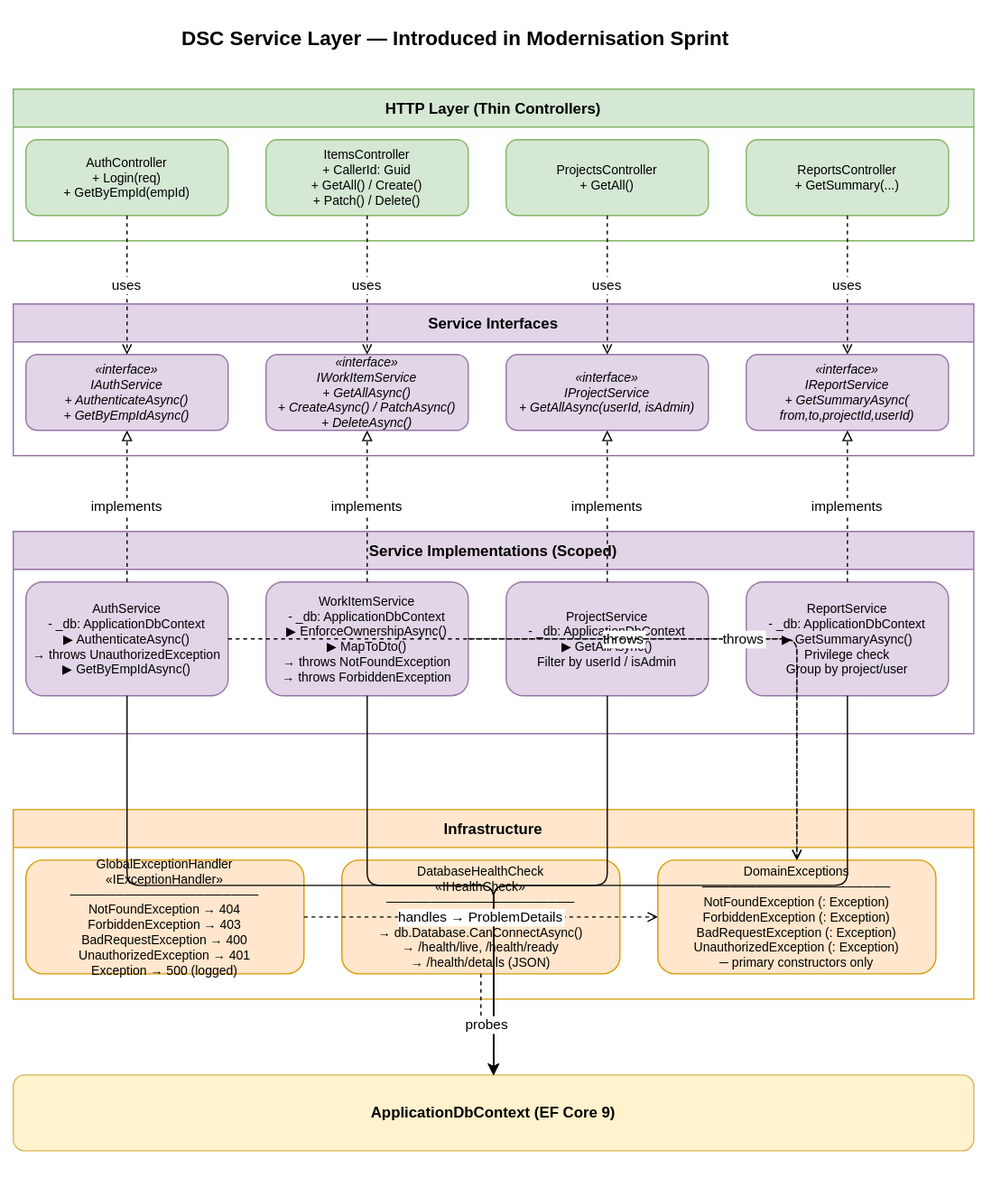
This is diagrams/drawio/svg/service-layer.svg from rloisell/DSC-modernization, a draw.io export, as it was before one commit. Source tidied: cells renumbered, new cells last; positions are measured from the earlier drawing's top-left corner, leaving out a move shared by most shapes. Source of this version:
```xml
<mxGraphModel>
  <root>
    <mxCell id="0" />
    <mxCell id="1" parent="0" />
    <mxCell id="2" value="DSC Service Layer — Introduced in Modernisation Sprint" style="text;html=1;strokeColor=none;fillColor=none;align=center;verticalAlign=middle;whiteSpace=wrap;rounded=0;fontStyle=1;fontSize=16;" parent="1" vertex="1">
      <mxGeometry width="700" height="40" as="geometry" />
    </mxCell>
    <mxCell id="3" value="HTTP Layer (Thin Controllers)" style="swimlane;startSize=30;fillColor=#d5e8d4;strokeColor=#82b366;fontStyle=1;fontSize=12;" parent="1" vertex="1">
      <mxGeometry y="60" width="760" height="120" as="geometry" />
    </mxCell>
    <mxCell id="4" value="AuthController&#10;+ Login(req)&#10;+ GetByEmpId(empId)" style="rounded=1;whiteSpace=wrap;html=1;fillColor=#d5e8d4;strokeColor=#82b366;fontSize=10;" parent="3" vertex="1">
      <mxGeometry x="10" y="40" width="160" height="60" as="geometry" />
    </mxCell>
    <mxCell id="5" value="ItemsController&#10;+ CallerId: Guid&#10;+ GetAll() / Create()&#10;+ Patch() / Delete()" style="rounded=1;whiteSpace=wrap;html=1;fillColor=#d5e8d4;strokeColor=#82b366;fontSize=10;" parent="3" vertex="1">
      <mxGeometry x="200" y="40" width="160" height="60" as="geometry" />
    </mxCell>
    <mxCell id="6" value="ProjectsController&#10;+ GetAll()" style="rounded=1;whiteSpace=wrap;html=1;fillColor=#d5e8d4;strokeColor=#82b366;fontSize=10;" parent="3" vertex="1">
      <mxGeometry x="390" y="40" width="160" height="60" as="geometry" />
    </mxCell>
    <mxCell id="7" value="ReportsController&#10;+ GetSummary(...)" style="rounded=1;whiteSpace=wrap;html=1;fillColor=#d5e8d4;strokeColor=#82b366;fontSize=10;" parent="3" vertex="1">
      <mxGeometry x="580" y="40" width="160" height="60" as="geometry" />
    </mxCell>
    <mxCell id="8" value="Service Interfaces" style="swimlane;startSize=30;fillColor=#e1d5e7;strokeColor=#9673a6;fontStyle=1;fontSize=12;" parent="1" vertex="1">
      <mxGeometry y="230" width="760" height="120" as="geometry" />
    </mxCell>
    <mxCell id="9" value="«interface»&#10;IAuthService&#10;+ AuthenticateAsync()&#10;+ GetByEmpIdAsync()" style="rounded=1;whiteSpace=wrap;html=1;fillColor=#e1d5e7;strokeColor=#9673a6;fontSize=10;fontStyle=2;" parent="8" vertex="1">
      <mxGeometry x="10" y="40" width="160" height="60" as="geometry" />
    </mxCell>
    <mxCell id="10" value="«interface»&#10;IWorkItemService&#10;+ GetAllAsync()&#10;+ CreateAsync() / PatchAsync()&#10;+ DeleteAsync()" style="rounded=1;whiteSpace=wrap;html=1;fillColor=#e1d5e7;strokeColor=#9673a6;fontSize=10;fontStyle=2;" parent="8" vertex="1">
      <mxGeometry x="200" y="40" width="160" height="60" as="geometry" />
    </mxCell>
    <mxCell id="11" value="«interface»&#10;IProjectService&#10;+ GetAllAsync(userId, isAdmin)" style="rounded=1;whiteSpace=wrap;html=1;fillColor=#e1d5e7;strokeColor=#9673a6;fontSize=10;fontStyle=2;" parent="8" vertex="1">
      <mxGeometry x="390" y="40" width="160" height="60" as="geometry" />
    </mxCell>
    <mxCell id="12" value="«interface»&#10;IReportService&#10;+ GetSummaryAsync(&#10;  from,to,projectId,userId)" style="rounded=1;whiteSpace=wrap;html=1;fillColor=#e1d5e7;strokeColor=#9673a6;fontSize=10;fontStyle=2;" parent="8" vertex="1">
      <mxGeometry x="580" y="40" width="160" height="60" as="geometry" />
    </mxCell>
    <mxCell id="13" value="Service Implementations (Scoped)" style="swimlane;startSize=30;fillColor=#e1d5e7;strokeColor=#9673a6;fontStyle=1;fontSize=12;" parent="1" vertex="1">
      <mxGeometry y="410" width="760" height="160" as="geometry" />
    </mxCell>
    <mxCell id="14" value="AuthService&#10;- _db: ApplicationDbContext&#10;▶ AuthenticateAsync()&#10;  → throws UnauthorizedException&#10;▶ GetByEmpIdAsync()" style="rounded=1;whiteSpace=wrap;html=1;fillColor=#e1d5e7;strokeColor=#9673a6;fontSize=10;" parent="13" vertex="1">
      <mxGeometry x="10" y="40" width="160" height="90" as="geometry" />
    </mxCell>
    <mxCell id="15" value="WorkItemService&#10;- _db: ApplicationDbContext&#10;▶ EnforceOwnershipAsync()&#10;▶ MapToDto()&#10;→ throws NotFoundException&#10;→ throws ForbiddenException" style="rounded=1;whiteSpace=wrap;html=1;fillColor=#e1d5e7;strokeColor=#9673a6;fontSize=10;" parent="13" vertex="1">
      <mxGeometry x="200" y="40" width="160" height="90" as="geometry" />
    </mxCell>
    <mxCell id="16" value="ProjectService&#10;- _db: ApplicationDbContext&#10;▶ GetAllAsync()&#10;  Filter by userId / isAdmin" style="rounded=1;whiteSpace=wrap;html=1;fillColor=#e1d5e7;strokeColor=#9673a6;fontSize=10;" parent="13" vertex="1">
      <mxGeometry x="390" y="40" width="160" height="90" as="geometry" />
    </mxCell>
    <mxCell id="17" value="ReportService&#10;- _db: ApplicationDbContext&#10;▶ GetSummaryAsync()&#10;  Privilege check&#10;  Group by project/user" style="rounded=1;whiteSpace=wrap;html=1;fillColor=#e1d5e7;strokeColor=#9673a6;fontSize=10;" parent="13" vertex="1">
      <mxGeometry x="580" y="40" width="160" height="90" as="geometry" />
    </mxCell>
    <mxCell id="18" value="Infrastructure" style="swimlane;startSize=30;fillColor=#ffe6cc;strokeColor=#d79b00;fontStyle=1;fontSize=12;" parent="1" vertex="1">
      <mxGeometry y="630" width="760" height="150" as="geometry" />
    </mxCell>
    <mxCell id="19" value="GlobalExceptionHandler&#10;«IExceptionHandler»&#10;─────────────────────&#10;NotFoundException → 404&#10;ForbiddenException → 403&#10;BadRequestException → 400&#10;UnauthorizedException → 401&#10;Exception → 500 (logged)" style="rounded=1;whiteSpace=wrap;html=1;fillColor=#ffe6cc;strokeColor=#d79b00;fontSize=10;" parent="18" vertex="1">
      <mxGeometry x="10" y="40" width="220" height="90" as="geometry" />
    </mxCell>
    <mxCell id="20" value="DatabaseHealthCheck&#10;«IHealthCheck»&#10;─────────────────────&#10;IServiceScopeFactory&#10;→ db.Database.CanConnectAsync()&#10;→ /health/live, /health/ready&#10;→ /health/details (JSON)" style="rounded=1;whiteSpace=wrap;html=1;fillColor=#ffe6cc;strokeColor=#d79b00;fontSize=10;" parent="18" vertex="1">
      <mxGeometry x="260" y="40" width="220" height="90" as="geometry" />
    </mxCell>
    <mxCell id="21" value="DomainExceptions&#10;─────────────────────&#10;NotFoundException (: Exception)&#10;ForbiddenException (: Exception)&#10;BadRequestException (: Exception)&#10;UnauthorizedException (: Exception)&#10;─ primary constructors only" style="rounded=1;whiteSpace=wrap;html=1;fillColor=#ffe6cc;strokeColor=#d79b00;fontSize=10;" parent="18" vertex="1">
      <mxGeometry x="510" y="40" width="220" height="90" as="geometry" />
    </mxCell>
    <mxCell id="22" value="ApplicationDbContext (EF Core 9)" style="rounded=1;whiteSpace=wrap;html=1;fillColor=#fff2cc;strokeColor=#d6b656;fontStyle=1;fontSize=12;" parent="1" vertex="1">
      <mxGeometry y="840" width="760" height="60" as="geometry" />
    </mxCell>
    <mxCell id="23" value="uses" style="edgeStyle=orthogonalEdgeStyle;dashed=1;endArrow=open;" parent="1" edge="1" source="4" target="9">
      <mxGeometry relative="1" as="geometry" />
    </mxCell>
    <mxCell id="24" value="uses" style="edgeStyle=orthogonalEdgeStyle;dashed=1;endArrow=open;" parent="1" edge="1" source="5" target="10">
      <mxGeometry relative="1" as="geometry" />
    </mxCell>
    <mxCell id="25" value="uses" style="edgeStyle=orthogonalEdgeStyle;dashed=1;endArrow=open;" parent="1" edge="1" source="6" target="11">
      <mxGeometry relative="1" as="geometry" />
    </mxCell>
    <mxCell id="26" value="uses" style="edgeStyle=orthogonalEdgeStyle;dashed=1;endArrow=open;" parent="1" edge="1" source="7" target="12">
      <mxGeometry relative="1" as="geometry" />
    </mxCell>
    <mxCell id="27" value="implements" style="edgeStyle=orthogonalEdgeStyle;dashed=1;endArrow=block;endFill=0;" parent="1" edge="1" source="14" target="9">
      <mxGeometry relative="1" as="geometry" />
    </mxCell>
    <mxCell id="28" value="implements" style="edgeStyle=orthogonalEdgeStyle;dashed=1;endArrow=block;endFill=0;" parent="1" edge="1" source="15" target="10">
      <mxGeometry relative="1" as="geometry" />
    </mxCell>
    <mxCell id="29" value="implements" style="edgeStyle=orthogonalEdgeStyle;dashed=1;endArrow=block;endFill=0;" parent="1" edge="1" source="16" target="11">
      <mxGeometry relative="1" as="geometry" />
    </mxCell>
    <mxCell id="30" value="implements" style="edgeStyle=orthogonalEdgeStyle;dashed=1;endArrow=block;endFill=0;" parent="1" edge="1" source="17" target="12">
      <mxGeometry relative="1" as="geometry" />
    </mxCell>
    <mxCell id="31" style="edgeStyle=orthogonalEdgeStyle;" parent="1" edge="1" source="14" target="22">
      <mxGeometry relative="1" as="geometry" />
    </mxCell>
    <mxCell id="32" style="edgeStyle=orthogonalEdgeStyle;" parent="1" edge="1" source="15" target="22">
      <mxGeometry relative="1" as="geometry" />
    </mxCell>
    <mxCell id="33" style="edgeStyle=orthogonalEdgeStyle;" parent="1" edge="1" source="16" target="22">
      <mxGeometry relative="1" as="geometry" />
    </mxCell>
    <mxCell id="34" style="edgeStyle=orthogonalEdgeStyle;" parent="1" edge="1" source="17" target="22">
      <mxGeometry relative="1" as="geometry" />
    </mxCell>
    <mxCell id="35" value="throws" style="edgeStyle=orthogonalEdgeStyle;dashed=1;endArrow=open;" parent="1" edge="1" source="14" target="21">
      <mxGeometry relative="1" as="geometry" />
    </mxCell>
    <mxCell id="36" value="throws" style="edgeStyle=orthogonalEdgeStyle;dashed=1;endArrow=open;" parent="1" edge="1" source="15" target="21">
      <mxGeometry relative="1" as="geometry" />
    </mxCell>
    <mxCell id="37" value="handles → ProblemDetails" style="edgeStyle=orthogonalEdgeStyle;dashed=1;endArrow=open;" parent="1" edge="1" source="19" target="21">
      <mxGeometry relative="1" as="geometry" />
    </mxCell>
    <mxCell id="38" value="probes" style="edgeStyle=orthogonalEdgeStyle;dashed=1;" parent="1" edge="1" source="20" target="22">
      <mxGeometry relative="1" as="geometry" />
    </mxCell>
  </root>
</mxGraphModel>
```
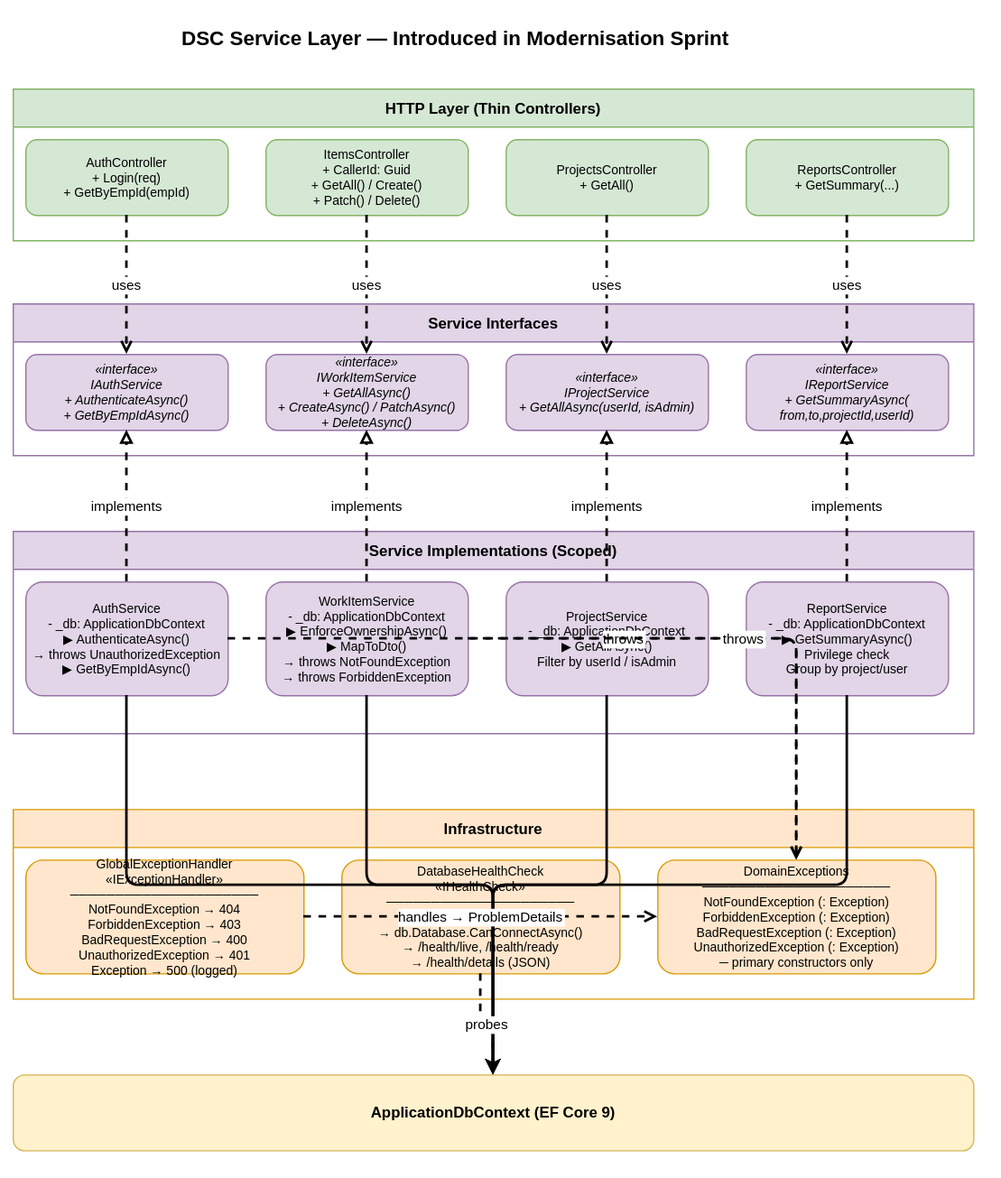
Above is the later version.

Diff of the diagram source:
```diff
@@ -1,4 +1,4 @@
-<mxGraphModel>
+<mxGraphModel background="#ffffff">
   <root>
     <mxCell id="0" />
     <mxCell id="1" parent="0" />
@@ -65,52 +65,52 @@
     <mxCell id="22" value="ApplicationDbContext (EF Core 9)" style="rounded=1;whiteSpace=wrap;html=1;fillColor=#fff2cc;strokeColor=#d6b656;fontStyle=1;fontSize=12;" parent="1" vertex="1">
       <mxGeometry y="840" width="760" height="60" as="geometry" />
     </mxCell>
-    <mxCell id="23" value="uses" style="edgeStyle=orthogonalEdgeStyle;dashed=1;endArrow=open;" parent="1" edge="1" source="4" target="9">
+    <mxCell id="23" value="uses" style="edgeStyle=orthogonalEdgeStyle;dashed=1;endArrow=open;strokeWidth=2;" parent="1" edge="1" source="4" target="9">
       <mxGeometry relative="1" as="geometry" />
     </mxCell>
-    <mxCell id="24" value="uses" style="edgeStyle=orthogonalEdgeStyle;dashed=1;endArrow=open;" parent="1" edge="1" source="5" target="10">
+    <mxCell id="24" value="uses" style="edgeStyle=orthogonalEdgeStyle;dashed=1;endArrow=open;strokeWidth=2;" parent="1" edge="1" source="5" target="10">
       <mxGeometry relative="1" as="geometry" />
     </mxCell>
-    <mxCell id="25" value="uses" style="edgeStyle=orthogonalEdgeStyle;dashed=1;endArrow=open;" parent="1" edge="1" source="6" target="11">
+    <mxCell id="25" value="uses" style="edgeStyle=orthogonalEdgeStyle;dashed=1;endArrow=open;strokeWidth=2;" parent="1" edge="1" source="6" target="11">
       <mxGeometry relative="1" as="geometry" />
     </mxCell>
-    <mxCell id="26" value="uses" style="edgeStyle=orthogonalEdgeStyle;dashed=1;endArrow=open;" parent="1" edge="1" source="7" target="12">
+    <mxCell id="26" value="uses" style="edgeStyle=orthogonalEdgeStyle;dashed=1;endArrow=open;strokeWidth=2;" parent="1" edge="1" source="7" target="12">
       <mxGeometry relative="1" as="geometry" />
     </mxCell>
-    <mxCell id="27" value="implements" style="edgeStyle=orthogonalEdgeStyle;dashed=1;endArrow=block;endFill=0;" parent="1" edge="1" source="14" target="9">
+    <mxCell id="27" value="implements" style="edgeStyle=orthogonalEdgeStyle;dashed=1;endArrow=block;endFill=0;strokeWidth=2;" parent="1" edge="1" source="14" target="9">
       <mxGeometry relative="1" as="geometry" />
     </mxCell>
-    <mxCell id="28" value="implements" style="edgeStyle=orthogonalEdgeStyle;dashed=1;endArrow=block;endFill=0;" parent="1" edge="1" source="15" target="10">
+    <mxCell id="28" value="implements" style="edgeStyle=orthogonalEdgeStyle;dashed=1;endArrow=block;endFill=0;strokeWidth=2;" parent="1" edge="1" source="15" target="10">
       <mxGeometry relative="1" as="geometry" />
     </mxCell>
-    <mxCell id="29" value="implements" style="edgeStyle=orthogonalEdgeStyle;dashed=1;endArrow=block;endFill=0;" parent="1" edge="1" source="16" target="11">
+    <mxCell id="29" value="implements" style="edgeStyle=orthogonalEdgeStyle;dashed=1;endArrow=block;endFill=0;strokeWidth=2;" parent="1" edge="1" source="16" target="11">
       <mxGeometry relative="1" as="geometry" />
     </mxCell>
-    <mxCell id="30" value="implements" style="edgeStyle=orthogonalEdgeStyle;dashed=1;endArrow=block;endFill=0;" parent="1" edge="1" source="17" target="12">
+    <mxCell id="30" value="implements" style="edgeStyle=orthogonalEdgeStyle;dashed=1;endArrow=block;endFill=0;strokeWidth=2;" parent="1" edge="1" source="17" target="12">
       <mxGeometry relative="1" as="geometry" />
     </mxCell>
-    <mxCell id="31" style="edgeStyle=orthogonalEdgeStyle;" parent="1" edge="1" source="14" target="22">
+    <mxCell id="31" style="edgeStyle=orthogonalEdgeStyle;strokeWidth=2;" parent="1" edge="1" source="14" target="22">
       <mxGeometry relative="1" as="geometry" />
     </mxCell>
-    <mxCell id="32" style="edgeStyle=orthogonalEdgeStyle;" parent="1" edge="1" source="15" target="22">
+    <mxCell id="32" style="edgeStyle=orthogonalEdgeStyle;strokeWidth=2;" parent="1" edge="1" source="15" target="22">
       <mxGeometry relative="1" as="geometry" />
     </mxCell>
-    <mxCell id="33" style="edgeStyle=orthogonalEdgeStyle;" parent="1" edge="1" source="16" target="22">
+    <mxCell id="33" style="edgeStyle=orthogonalEdgeStyle;strokeWidth=2;" parent="1" edge="1" source="16" target="22">
       <mxGeometry relative="1" as="geometry" />
     </mxCell>
-    <mxCell id="34" style="edgeStyle=orthogonalEdgeStyle;" parent="1" edge="1" source="17" target="22">
+    <mxCell id="34" style="edgeStyle=orthogonalEdgeStyle;strokeWidth=2;" parent="1" edge="1" source="17" target="22">
       <mxGeometry relative="1" as="geometry" />
     </mxCell>
-    <mxCell id="35" value="throws" style="edgeStyle=orthogonalEdgeStyle;dashed=1;endArrow=open;" parent="1" edge="1" source="14" target="21">
+    <mxCell id="35" value="throws" style="edgeStyle=orthogonalEdgeStyle;dashed=1;endArrow=open;strokeWidth=2;" parent="1" edge="1" source="14" target="21">
       <mxGeometry relative="1" as="geometry" />
     </mxCell>
-    <mxCell id="36" value="throws" style="edgeStyle=orthogonalEdgeStyle;dashed=1;endArrow=open;" parent="1" edge="1" source="15" target="21">
+    <mxCell id="36" value="throws" style="edgeStyle=orthogonalEdgeStyle;dashed=1;endArrow=open;strokeWidth=2;" parent="1" edge="1" source="15" target="21">
       <mxGeometry relative="1" as="geometry" />
     </mxCell>
-    <mxCell id="37" value="handles → ProblemDetails" style="edgeStyle=orthogonalEdgeStyle;dashed=1;endArrow=open;" parent="1" edge="1" source="19" target="21">
+    <mxCell id="37" value="handles → ProblemDetails" style="edgeStyle=orthogonalEdgeStyle;dashed=1;endArrow=open;strokeWidth=2;" parent="1" edge="1" source="19" target="21">
       <mxGeometry relative="1" as="geometry" />
     </mxCell>
-    <mxCell id="38" value="probes" style="edgeStyle=orthogonalEdgeStyle;dashed=1;" parent="1" edge="1" source="20" target="22">
+    <mxCell id="38" value="probes" style="edgeStyle=orthogonalEdgeStyle;dashed=1;strokeWidth=2;" parent="1" edge="1" source="20" target="22">
       <mxGeometry relative="1" as="geometry" />
     </mxCell>
   </root>
```
